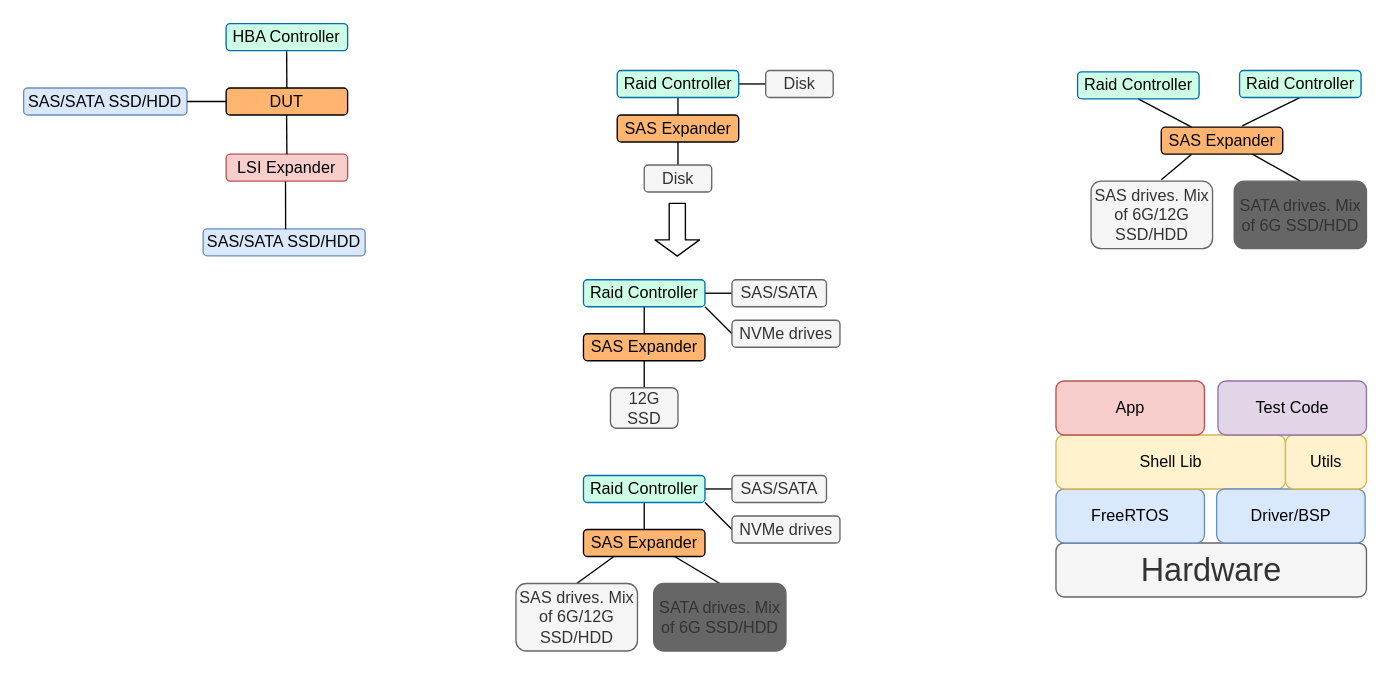
laoyao1992/shell_study keeps this draw.io diagram as page "Page-1" (1 of 4) of Untitled Diagram.drawio. Above is the earlier version. Source tidied: cells renumbered, new cells numbered last; positions are measured from the earlier drawing's top-left corner, leaving out a move shared by most shapes. Both pictures are drawn from the tidied source at 135%, with x=0, y=0 at pixel (23, 23).
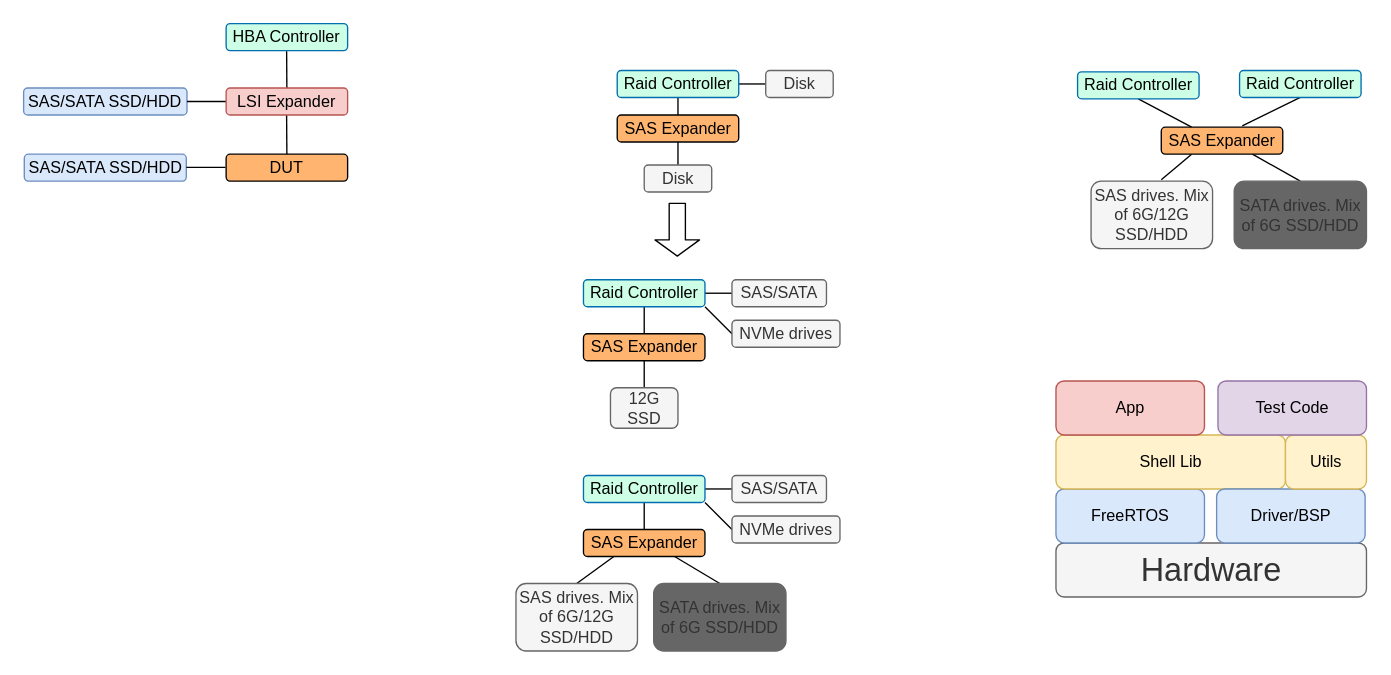
The same page after the edit.

Unchanged cells that the change refers to:
```xml
<mxCell id="47" value="HBA Controller" style="rounded=1;whiteSpace=wrap;html=1;strokeColor=#006EAF;fillColor=#CCFFE6;" parent="1" vertex="1">
  <mxGeometry x="150" width="90" height="20" as="geometry" />
</mxCell>
<mxCell id="52" value="SAS/SATA SSD/HDD" style="rounded=1;whiteSpace=wrap;html=1;fillColor=#dae8fc;strokeColor=#6c8ebf;" parent="1" vertex="1">
  <mxGeometry y="47.7" width="121" height="20" as="geometry" />
</mxCell>
```

The edit, as a diff of the source:
```diff
@@
-    <mxCell id="46" value="DUT" style="rounded=1;whiteSpace=wrap;html=1;fontColor=#000000;fillColor=#FFB570;" parent="1" vertex="1">
-      <mxGeometry x="150" y="47.7" width="90" height="20" as="geometry" />
-    </mxCell>
@@
-    <mxCell id="48" value="LSI Expander" style="rounded=1;whiteSpace=wrap;html=1;fillColor=#f8cecc;strokeColor=#b85450;" parent="1" vertex="1">
-      <mxGeometry x="150" y="96.7" width="90" height="20" as="geometry" />
-    </mxCell>
-    <mxCell id="49" style="endArrow=none;html=1;entryX=0.498;entryY=1.021;entryDx=0;entryDy=0;entryPerimeter=0;exitX=0.5;exitY=0;exitDx=0;exitDy=0;" parent="1" edge="1" source="46" target="47">
-      <mxGeometry relative="1" as="geometry" />
+    <mxCell id="49" style="endArrow=none;html=1;entryX=0.498;entryY=1.021;entryDx=0;entryDy=0;entryPerimeter=0;exitX=0.5;exitY=0;exitDx=0;exitDy=0;" parent="1" edge="1" target="47">
+      <mxGeometry relative="1" as="geometry">
+        <mxPoint x="195" y="47.7" as="sourcePoint" />
+      </mxGeometry>
     </mxCell>
-    <mxCell id="50" style="endArrow=none;html=1;entryX=0.498;entryY=1.021;entryDx=0;entryDy=0;entryPerimeter=0;exitX=0.5;exitY=0;exitDx=0;exitDy=0;" parent="1" edge="1" source="48">
+    <mxCell id="50" style="endArrow=none;html=1;entryX=0.498;entryY=1.021;entryDx=0;entryDy=0;entryPerimeter=0;exitX=0.5;exitY=0;exitDx=0;exitDy=0;" parent="1" edge="1">
       <mxGeometry relative="1" as="geometry">
+        <mxPoint x="195" y="96.7" as="sourcePoint" />
         <mxPoint x="194.8" y="67.7" as="targetPoint" />
       </mxGeometry>
     </mxCell>
     <mxCell id="51" value="SAS/SATA SSD/HDD" style="rounded=1;whiteSpace=wrap;html=1;fillColor=#dae8fc;strokeColor=#6c8ebf;" parent="1" vertex="1">
-      <mxGeometry x="133" y="152" width="120" height="20" as="geometry" />
+      <mxGeometry x="0.5" y="96.7" width="120" height="20" as="geometry" />
     </mxCell>
@@
-    <mxCell id="53" style="endArrow=none;html=1;entryX=0;entryY=0.5;entryDx=0;entryDy=0;exitX=1;exitY=0.5;exitDx=0;exitDy=0;" parent="1" edge="1" source="52" target="46">
-      <mxGeometry relative="1" as="geometry" />
+    <mxCell id="53" style="endArrow=none;html=1;entryX=0;entryY=0.5;entryDx=0;entryDy=0;exitX=1;exitY=0.5;exitDx=0;exitDy=0;" parent="1" edge="1" source="52">
+      <mxGeometry relative="1" as="geometry">
+        <mxPoint x="150" y="57.7" as="targetPoint" />
+      </mxGeometry>
     </mxCell>
-    <mxCell id="54" style="endArrow=none;html=1;exitX=0.509;exitY=0.015;exitDx=0;exitDy=0;exitPerimeter=0;" parent="1" edge="1" source="51">
-      <mxGeometry relative="1" as="geometry">
-        <mxPoint x="194" y="117" as="targetPoint" />
-      </mxGeometry>
-    </mxCell>
+    <mxCell id="55" style="endArrow=none;html=1;entryX=0;entryY=0.5;entryDx=0;entryDy=0;exitX=1;exitY=0.5;exitDx=0;exitDy=0;" parent="1" edge="1">
+      <mxGeometry relative="1" as="geometry">
+        <mxPoint x="120.5" y="106.5" as="sourcePoint" />
+        <mxPoint x="149.5" y="106.5" as="targetPoint" />
+      </mxGeometry>
+    </mxCell>
+    <mxCell id="46" value="DUT" style="rounded=1;whiteSpace=wrap;html=1;fontColor=#000000;fillColor=#FFB570;" parent="1" vertex="1">
+      <mxGeometry x="150" y="96.7" width="90" height="20" as="geometry" />
+    </mxCell>
+    <mxCell id="48" value="LSI Expander" style="rounded=1;whiteSpace=wrap;html=1;fillColor=#f8cecc;strokeColor=#b85450;" parent="1" vertex="1">
+      <mxGeometry x="150" y="47.7" width="90" height="20" as="geometry" />
+    </mxCell>
```
